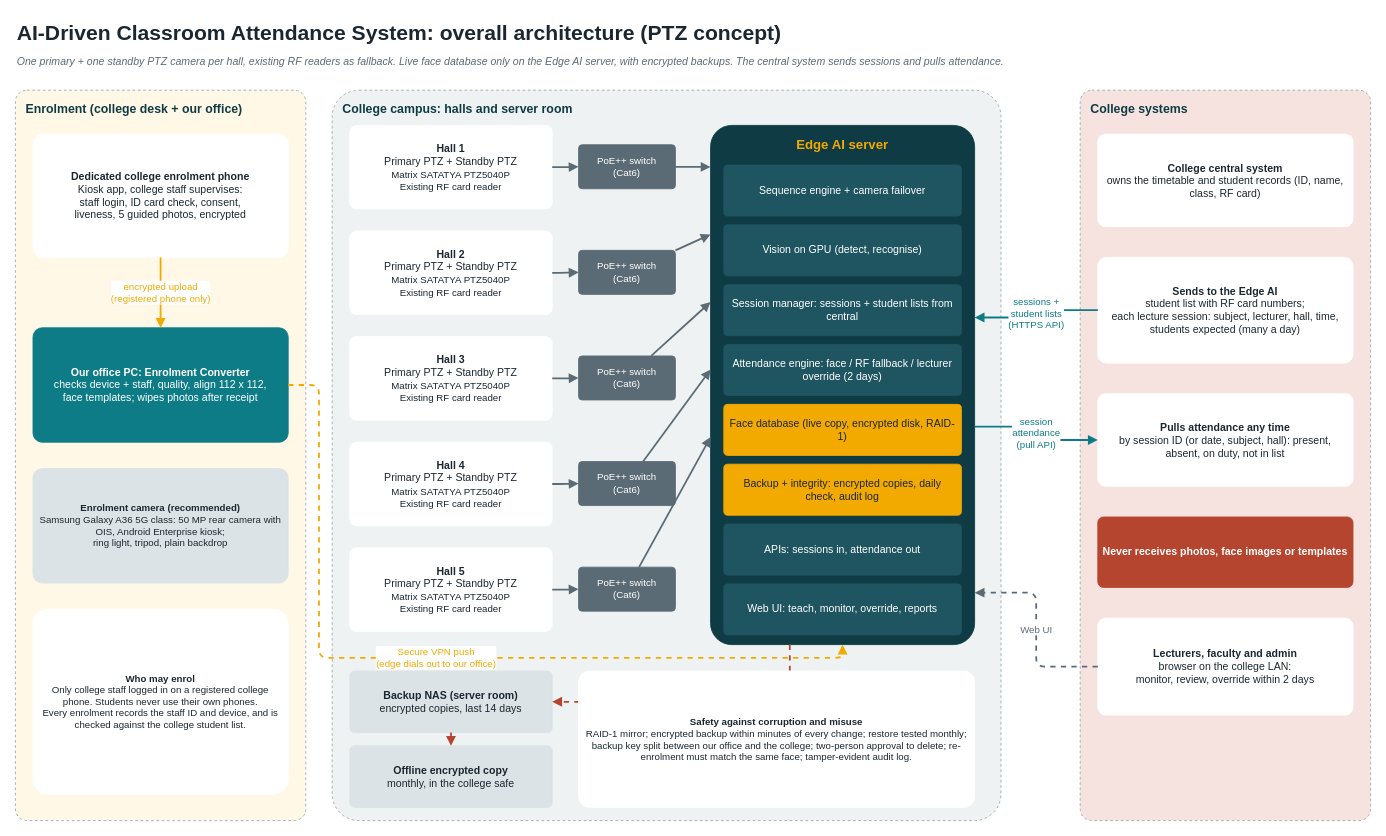
Above: architecture/PTZ_01_Overall_architecture.drawio in cstephenpaulraj/AttendanceSystem (draw.io), before the change. Source tidied: cells renumbered, new cells numbered last; positions are measured from the earlier drawing's top-left corner, leaving out a move shared by most shapes. Both pictures are drawn from the tidied source at 88%, with x=0, y=0 at pixel (15, 15).
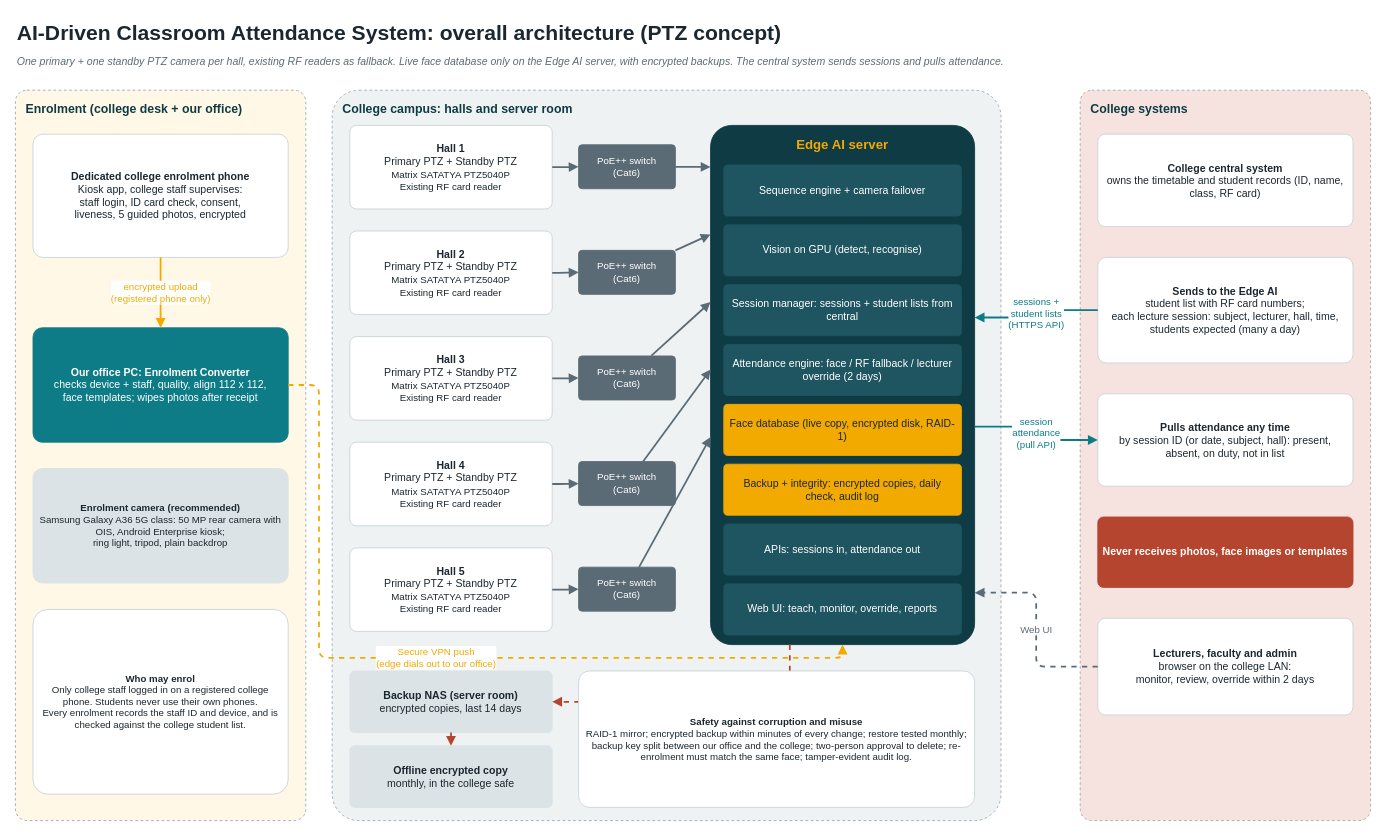
Above is the later version.

Diff of the diagram source:
```diff
@@
-    <mxCell id="7" value="&lt;b&gt;Dedicated college enrolment phone&lt;/b&gt;&lt;br&gt;Kiosk app, college staff supervises:&lt;br&gt;staff login, ID card check, consent,&lt;br&gt;liveness, 5 guided photos, encrypted" style="rounded=1;arcSize=8;whiteSpace=wrap;html=1;fontFamily=Arial;fontSize=12;fillColor=#FFFFFF;fontColor=#1B2730;strokeColor=#FFFFFF;align=center;spacingLeft=4;spacingRight=4;" parent="1" vertex="1">
+    <mxCell id="7" value="&lt;b&gt;Dedicated college enrolment phone&lt;/b&gt;&lt;br&gt;Kiosk app, college staff supervises:&lt;br&gt;staff login, ID card check, consent,&lt;br&gt;liveness, 5 guided photos, encrypted" style="rounded=1;arcSize=8;whiteSpace=wrap;html=1;fontFamily=Arial;fontSize=12;fillColor=#FFFFFF;fontColor=#1B2730;strokeColor=#C9D3D7;align=center;spacingLeft=4;spacingRight=4;" parent="1" vertex="1">
       <mxGeometry x="20" y="135" width="290" height="140" as="geometry" />
     </mxCell>
@@
-    <mxCell id="11" value="&lt;b&gt;Who may enrol&lt;/b&gt;&lt;br&gt;Only college staff logged in on a registered college phone. Students never use their own phones.&lt;br&gt;Every enrolment records the staff ID and device, and is checked against the college student list." style="rounded=1;arcSize=8;whiteSpace=wrap;html=1;fontFamily=Arial;fontSize=11;fillColor=#FFFFFF;fontColor=#1B2730;strokeColor=#FFFFFF;align=center;spacingLeft=4;spacingRight=4;" parent="1" vertex="1">
+    <mxCell id="11" value="&lt;b&gt;Who may enrol&lt;/b&gt;&lt;br&gt;Only college staff logged in on a registered college phone. Students never use their own phones.&lt;br&gt;Every enrolment records the staff ID and device, and is checked against the college student list." style="rounded=1;arcSize=8;whiteSpace=wrap;html=1;fontFamily=Arial;fontSize=11;fillColor=#FFFFFF;fontColor=#1B2730;strokeColor=#C9D3D7;align=center;spacingLeft=4;spacingRight=4;" parent="1" vertex="1">
       <mxGeometry x="20" y="675" width="290" height="210" as="geometry" />
     </mxCell>
@@
-    <mxCell id="22" value="&lt;b&gt;Hall 1&lt;/b&gt;&lt;br&gt;Primary PTZ + Standby PTZ&lt;br&gt;&lt;font style='font-size:11px'&gt;Matrix SATATYA PTZ5040P&lt;/font&gt;&lt;br&gt;&lt;font style='font-size:11px'&gt;Existing RF card reader&lt;/font&gt;" style="rounded=1;arcSize=8;whiteSpace=wrap;html=1;fontFamily=Arial;fontSize=12;fillColor=#FFFFFF;fontColor=#1B2730;strokeColor=#FFFFFF;align=center;spacingLeft=4;spacingRight=4;" parent="1" vertex="1">
+    <mxCell id="22" value="&lt;b&gt;Hall 1&lt;/b&gt;&lt;br&gt;Primary PTZ + Standby PTZ&lt;br&gt;&lt;font style='font-size:11px'&gt;Matrix SATATYA PTZ5040P&lt;/font&gt;&lt;br&gt;&lt;font style='font-size:11px'&gt;Existing RF card reader&lt;/font&gt;" style="rounded=1;arcSize=8;whiteSpace=wrap;html=1;fontFamily=Arial;fontSize=12;fillColor=#FFFFFF;fontColor=#1B2730;strokeColor=#C9D3D7;align=center;spacingLeft=4;spacingRight=4;" parent="1" vertex="1">
       <mxGeometry x="380" y="125" width="230" height="95" as="geometry" />
     </mxCell>
@@
-    <mxCell id="26" value="&lt;b&gt;Hall 2&lt;/b&gt;&lt;br&gt;Primary PTZ + Standby PTZ&lt;br&gt;&lt;font style='font-size:11px'&gt;Matrix SATATYA PTZ5040P&lt;/font&gt;&lt;br&gt;&lt;font style='font-size:11px'&gt;Existing RF card reader&lt;/font&gt;" style="rounded=1;arcSize=8;whiteSpace=wrap;html=1;fontFamily=Arial;fontSize=12;fillColor=#FFFFFF;fontColor=#1B2730;strokeColor=#FFFFFF;align=center;spacingLeft=4;spacingRight=4;" parent="1" vertex="1">
+    <mxCell id="26" value="&lt;b&gt;Hall 2&lt;/b&gt;&lt;br&gt;Primary PTZ + Standby PTZ&lt;br&gt;&lt;font style='font-size:11px'&gt;Matrix SATATYA PTZ5040P&lt;/font&gt;&lt;br&gt;&lt;font style='font-size:11px'&gt;Existing RF card reader&lt;/font&gt;" style="rounded=1;arcSize=8;whiteSpace=wrap;html=1;fontFamily=Arial;fontSize=12;fillColor=#FFFFFF;fontColor=#1B2730;strokeColor=#C9D3D7;align=center;spacingLeft=4;spacingRight=4;" parent="1" vertex="1">
       <mxGeometry x="380" y="245" width="230" height="95" as="geometry" />
     </mxCell>
@@
-    <mxCell id="30" value="&lt;b&gt;Hall 3&lt;/b&gt;&lt;br&gt;Primary PTZ + Standby PTZ&lt;br&gt;&lt;font style='font-size:11px'&gt;Matrix SATATYA PTZ5040P&lt;/font&gt;&lt;br&gt;&lt;font style='font-size:11px'&gt;Existing RF card reader&lt;/font&gt;" style="rounded=1;arcSize=8;whiteSpace=wrap;html=1;fontFamily=Arial;fontSize=12;fillColor=#FFFFFF;fontColor=#1B2730;strokeColor=#FFFFFF;align=center;spacingLeft=4;spacingRight=4;" parent="1" vertex="1">
+    <mxCell id="30" value="&lt;b&gt;Hall 3&lt;/b&gt;&lt;br&gt;Primary PTZ + Standby PTZ&lt;br&gt;&lt;font style='font-size:11px'&gt;Matrix SATATYA PTZ5040P&lt;/font&gt;&lt;br&gt;&lt;font style='font-size:11px'&gt;Existing RF card reader&lt;/font&gt;" style="rounded=1;arcSize=8;whiteSpace=wrap;html=1;fontFamily=Arial;fontSize=12;fillColor=#FFFFFF;fontColor=#1B2730;strokeColor=#C9D3D7;align=center;spacingLeft=4;spacingRight=4;" parent="1" vertex="1">
       <mxGeometry x="380" y="365" width="230" height="95" as="geometry" />
     </mxCell>
@@
-    <mxCell id="34" value="&lt;b&gt;Hall 4&lt;/b&gt;&lt;br&gt;Primary PTZ + Standby PTZ&lt;br&gt;&lt;font style='font-size:11px'&gt;Matrix SATATYA PTZ5040P&lt;/font&gt;&lt;br&gt;&lt;font style='font-size:11px'&gt;Existing RF card reader&lt;/font&gt;" style="rounded=1;arcSize=8;whiteSpace=wrap;html=1;fontFamily=Arial;fontSize=12;fillColor=#FFFFFF;fontColor=#1B2730;strokeColor=#FFFFFF;align=center;spacingLeft=4;spacingRight=4;" parent="1" vertex="1">
+    <mxCell id="34" value="&lt;b&gt;Hall 4&lt;/b&gt;&lt;br&gt;Primary PTZ + Standby PTZ&lt;br&gt;&lt;font style='font-size:11px'&gt;Matrix SATATYA PTZ5040P&lt;/font&gt;&lt;br&gt;&lt;font style='font-size:11px'&gt;Existing RF card reader&lt;/font&gt;" style="rounded=1;arcSize=8;whiteSpace=wrap;html=1;fontFamily=Arial;fontSize=12;fillColor=#FFFFFF;fontColor=#1B2730;strokeColor=#C9D3D7;align=center;spacingLeft=4;spacingRight=4;" parent="1" vertex="1">
       <mxGeometry x="380" y="485" width="230" height="95" as="geometry" />
     </mxCell>
@@
-    <mxCell id="38" value="&lt;b&gt;Hall 5&lt;/b&gt;&lt;br&gt;Primary PTZ + Standby PTZ&lt;br&gt;&lt;font style='font-size:11px'&gt;Matrix SATATYA PTZ5040P&lt;/font&gt;&lt;br&gt;&lt;font style='font-size:11px'&gt;Existing RF card reader&lt;/font&gt;" style="rounded=1;arcSize=8;whiteSpace=wrap;html=1;fontFamily=Arial;fontSize=12;fillColor=#FFFFFF;fontColor=#1B2730;strokeColor=#FFFFFF;align=center;spacingLeft=4;spacingRight=4;" parent="1" vertex="1">
+    <mxCell id="38" value="&lt;b&gt;Hall 5&lt;/b&gt;&lt;br&gt;Primary PTZ + Standby PTZ&lt;br&gt;&lt;font style='font-size:11px'&gt;Matrix SATATYA PTZ5040P&lt;/font&gt;&lt;br&gt;&lt;font style='font-size:11px'&gt;Existing RF card reader&lt;/font&gt;" style="rounded=1;arcSize=8;whiteSpace=wrap;html=1;fontFamily=Arial;fontSize=12;fillColor=#FFFFFF;fontColor=#1B2730;strokeColor=#C9D3D7;align=center;spacingLeft=4;spacingRight=4;" parent="1" vertex="1">
       <mxGeometry x="380" y="605" width="230" height="95" as="geometry" />
     </mxCell>
@@
-    <mxCell id="46" value="&lt;b&gt;Safety against corruption and misuse&lt;/b&gt;&lt;br&gt;RAID-1 mirror; encrypted backup within minutes of every change; restore tested monthly; backup key split between our office and the college; two-person approval to delete; re-enrolment must match the same face; tamper-evident audit log." style="rounded=1;arcSize=8;whiteSpace=wrap;html=1;fontFamily=Arial;fontSize=11;fillColor=#FFFFFF;fontColor=#1B2730;strokeColor=#FFFFFF;align=center;spacingLeft=4;spacingRight=4;" parent="1" vertex="1">
+    <mxCell id="46" value="&lt;b&gt;Safety against corruption and misuse&lt;/b&gt;&lt;br&gt;RAID-1 mirror; encrypted backup within minutes of every change; restore tested monthly; backup key split between our office and the college; two-person approval to delete; re-enrolment must match the same face; tamper-evident audit log." style="rounded=1;arcSize=8;whiteSpace=wrap;html=1;fontFamily=Arial;fontSize=11;fillColor=#FFFFFF;fontColor=#1B2730;strokeColor=#C9D3D7;align=center;spacingLeft=4;spacingRight=4;" parent="1" vertex="1">
       <mxGeometry x="640" y="745" width="450" height="155" as="geometry" />
     </mxCell>
-    <mxCell id="47" value="&lt;b&gt;College central system&lt;/b&gt;&lt;br&gt;owns the timetable and student records (ID, name, class, RF card)" style="rounded=1;arcSize=8;whiteSpace=wrap;html=1;fontFamily=Arial;fontSize=12;fillColor=#FFFFFF;fontColor=#1B2730;strokeColor=#FFFFFF;align=center;spacingLeft=4;spacingRight=4;" parent="1" vertex="1">
+    <mxCell id="47" value="&lt;b&gt;College central system&lt;/b&gt;&lt;br&gt;owns the timetable and student records (ID, name, class, RF card)" style="rounded=1;arcSize=8;whiteSpace=wrap;html=1;fontFamily=Arial;fontSize=12;fillColor=#FFFFFF;fontColor=#1B2730;strokeColor=#C9D3D7;align=center;spacingLeft=4;spacingRight=4;" parent="1" vertex="1">
       <mxGeometry x="1230" y="135" width="290" height="105" as="geometry" />
     </mxCell>
-    <mxCell id="48" value="&lt;b&gt;Sends to the Edge AI&lt;/b&gt;&lt;br&gt;student list with RF card numbers;&lt;br&gt;each lecture session: subject, lecturer, hall, time, students expected (many a day)" style="rounded=1;arcSize=8;whiteSpace=wrap;html=1;fontFamily=Arial;fontSize=12;fillColor=#FFFFFF;fontColor=#1B2730;strokeColor=#FFFFFF;align=center;spacingLeft=4;spacingRight=4;" parent="1" vertex="1">
+    <mxCell id="48" value="&lt;b&gt;Sends to the Edge AI&lt;/b&gt;&lt;br&gt;student list with RF card numbers;&lt;br&gt;each lecture session: subject, lecturer, hall, time, students expected (many a day)" style="rounded=1;arcSize=8;whiteSpace=wrap;html=1;fontFamily=Arial;fontSize=12;fillColor=#FFFFFF;fontColor=#1B2730;strokeColor=#C9D3D7;align=center;spacingLeft=4;spacingRight=4;" parent="1" vertex="1">
       <mxGeometry x="1230" y="275" width="290" height="120" as="geometry" />
     </mxCell>
-    <mxCell id="49" value="&lt;b&gt;Pulls attendance any time&lt;/b&gt;&lt;br&gt;by session ID (or date, subject, hall): present, absent, on duty, not in list" style="rounded=1;arcSize=8;whiteSpace=wrap;html=1;fontFamily=Arial;fontSize=12;fillColor=#FFFFFF;fontColor=#1B2730;strokeColor=#FFFFFF;align=center;spacingLeft=4;spacingRight=4;" parent="1" vertex="1">
+    <mxCell id="49" value="&lt;b&gt;Pulls attendance any time&lt;/b&gt;&lt;br&gt;by session ID (or date, subject, hall): present, absent, on duty, not in list" style="rounded=1;arcSize=8;whiteSpace=wrap;html=1;fontFamily=Arial;fontSize=12;fillColor=#FFFFFF;fontColor=#1B2730;strokeColor=#C9D3D7;align=center;spacingLeft=4;spacingRight=4;" parent="1" vertex="1">
       <mxGeometry x="1230" y="430" width="290" height="105" as="geometry" />
     </mxCell>
@@
-    <mxCell id="51" value="&lt;b&gt;Lecturers, faculty and admin&lt;/b&gt;&lt;br&gt;browser on the college LAN:&lt;br&gt;monitor, review, override within 2 days" style="rounded=1;arcSize=8;whiteSpace=wrap;html=1;fontFamily=Arial;fontSize=12;fillColor=#FFFFFF;fontColor=#1B2730;strokeColor=#FFFFFF;align=center;spacingLeft=4;spacingRight=4;" parent="1" vertex="1">
+    <mxCell id="51" value="&lt;b&gt;Lecturers, faculty and admin&lt;/b&gt;&lt;br&gt;browser on the college LAN:&lt;br&gt;monitor, review, override within 2 days" style="rounded=1;arcSize=8;whiteSpace=wrap;html=1;fontFamily=Arial;fontSize=12;fillColor=#FFFFFF;fontColor=#1B2730;strokeColor=#C9D3D7;align=center;spacingLeft=4;spacingRight=4;" parent="1" vertex="1">
       <mxGeometry x="1230" y="685" width="290" height="110" as="geometry" />
     </mxCell>
```
